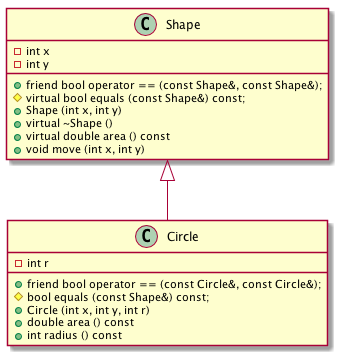
akhilmurthy/cs371p keeps this PlantUML diagram as examples/Shapes2.png. Above is the earlier version.
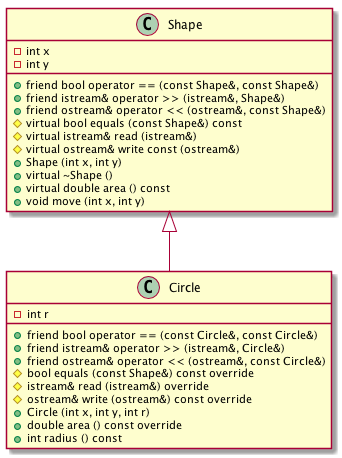
Later version of the same file.

Diff of the diagram source:
```diff
@@ -4,8 +4,12 @@
 class Shape {
     - int x
     - int y
-    + friend bool operator == (const Shape&, const Shape&);
-    # virtual bool equals (const Shape&) const;
+    + friend bool operator == (const Shape&, const Shape&)
+    + friend istream& operator >> (istream&, Shape&)
+    + friend ostream& operator << (ostream&, const Shape&)
+    # virtual bool equals (const Shape&) const
+    # virtual istream& read (istream&)
+    # virtual ostream& write const (ostream&)
     + Shape (int x, int y)
     + virtual ~Shape ()
     + virtual double area () const
@@ -14,10 +18,14 @@
 
 class Circle {
     - int r
-    + friend bool operator == (const Circle&, const Circle&);
-    # bool equals (const Shape&) const;
+    + friend bool operator == (const Circle&, const Circle&)
+    + friend istream& operator >> (istream&, Circle&)
+    + friend ostream& operator << (ostream&, const Circle&)
+    # bool equals (const Shape&) const override
+    # istream& read (istream&) override
+    # ostream& write (ostream&) const override
     + Circle (int x, int y, int r)
-    + double area () const
+    + double area () const override
     + int radius () const
     }
 
```
